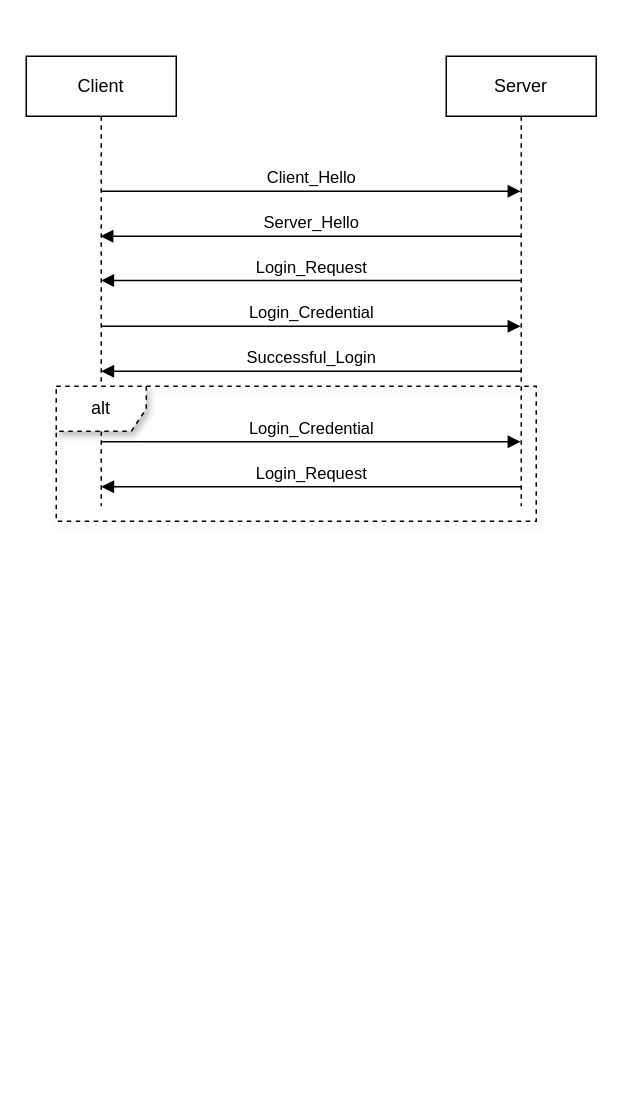
This is page "Login_Sequence" (2 of 2) of Sequence_Diagram/Sequence_Diagram.drawio from Derion12/CS401_Communication_Project_Sp24, a draw.io file, before an edit. Source tidied: cells renumbered, new cells numbered last; positions are measured from the earlier drawing's top-left corner, leaving out a move shared by most shapes. Both pictures are drawn from the tidied source at 150%, with x=0, y=0 at pixel (26, 56).
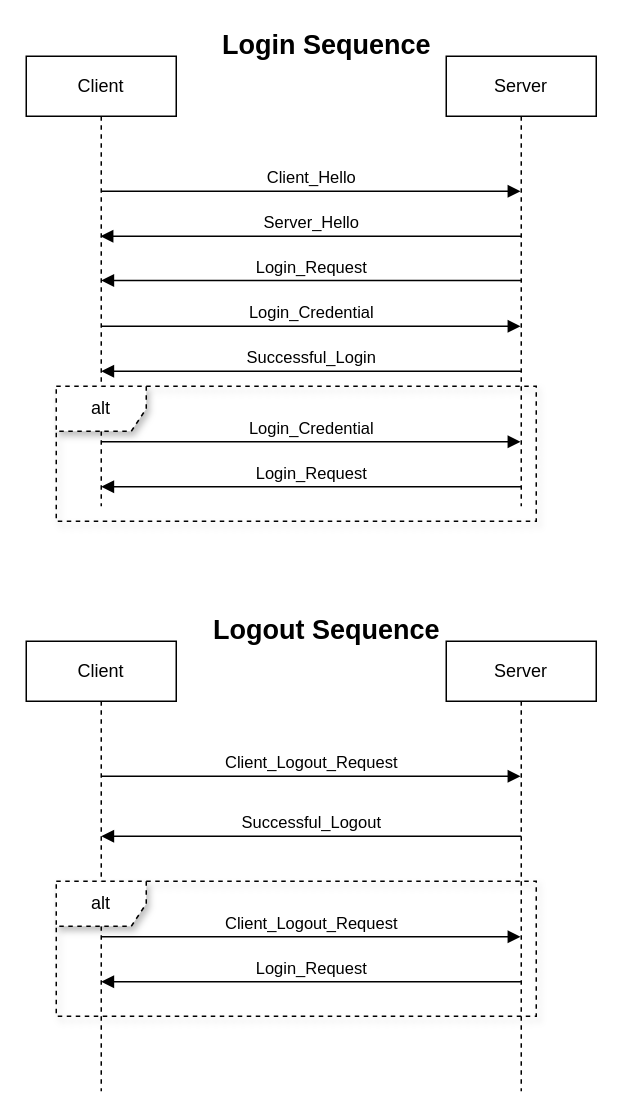
Above is the later version.

Commit message:
Add Logout Sequence

The edit, as a diff of the source:
```diff
@@
+    <mxCell id="12" value="Client" style="shape=umlLifeline;perimeter=lifelinePerimeter;whiteSpace=wrap;html=1;newEdgeStyle={&quot;curved&quot;:0,&quot;rounded&quot;:0};" parent="1" vertex="1">
+      <mxGeometry y="390" width="100" height="300" as="geometry" />
+    </mxCell>
+    <mxCell id="13" value="Server" style="shape=umlLifeline;perimeter=lifelinePerimeter;whiteSpace=wrap;html=1;outlineConnect=0;portConstraint=eastwest;newEdgeStyle={&quot;curved&quot;:0,&quot;rounded&quot;:0};" parent="1" vertex="1">
+      <mxGeometry x="280" y="390" width="100" height="300" as="geometry" />
+    </mxCell>
+    <mxCell id="14" value="Client_Logout_Request" style="html=1;verticalAlign=bottom;endArrow=block;curved=0;rounded=0;" parent="1" edge="1" target="13">
+      <mxGeometry relative="1" as="geometry">
+        <mxPoint x="50" y="480" as="sourcePoint" />
+      </mxGeometry>
+    </mxCell>
+    <mxCell id="15" value="Login_Request" style="html=1;verticalAlign=bottom;endArrow=block;curved=0;rounded=0;" parent="1" edge="1">
+      <mxGeometry relative="1" as="geometry">
+        <mxPoint x="330" y="617" as="sourcePoint" />
+        <mxPoint x="50" y="617" as="targetPoint" />
+      </mxGeometry>
+    </mxCell>
+    <mxCell id="16" value="Successful_Logout" style="html=1;verticalAlign=bottom;endArrow=block;curved=0;rounded=0;" parent="1" edge="1">
+      <mxGeometry relative="1" as="geometry">
+        <mxPoint x="330" y="520" as="sourcePoint" />
+        <mxPoint x="50" y="520" as="targetPoint" />
+      </mxGeometry>
+    </mxCell>
+    <mxCell id="17" value="Client_Logout_Request" style="html=1;verticalAlign=bottom;endArrow=block;curved=0;rounded=0;" parent="1" edge="1">
+      <mxGeometry relative="1" as="geometry">
+        <mxPoint x="50" y="587" as="sourcePoint" />
+        <mxPoint x="329.5" y="587" as="targetPoint" />
+      </mxGeometry>
+    </mxCell>
+    <mxCell id="18" value="alt" style="shape=umlFrame;whiteSpace=wrap;html=1;shadow=1;dashed=1;" parent="1" vertex="1">
+      <mxGeometry x="20" y="550" width="320" height="90" as="geometry" />
+    </mxCell>
+    <mxCell id="19" value="&lt;font style=&quot;font-size: 18px;&quot;&gt;Logout Sequence&lt;/font&gt;" style="text;align=center;fontStyle=1;verticalAlign=middle;spacingLeft=3;spacingRight=3;strokeColor=none;html=1;" parent="1" vertex="1">
+      <mxGeometry x="160" y="370" width="80" height="26" as="geometry" />
+    </mxCell>
+    <mxCell id="20" value="&lt;font style=&quot;font-size: 18px;&quot;&gt;Login Sequence&lt;/font&gt;" style="text;align=center;fontStyle=1;verticalAlign=middle;spacingLeft=3;spacingRight=3;strokeColor=none;html=1;" parent="1" vertex="1">
+      <mxGeometry x="160" y="-20" width="80" height="26" as="geometry" />
+    </mxCell>
```
